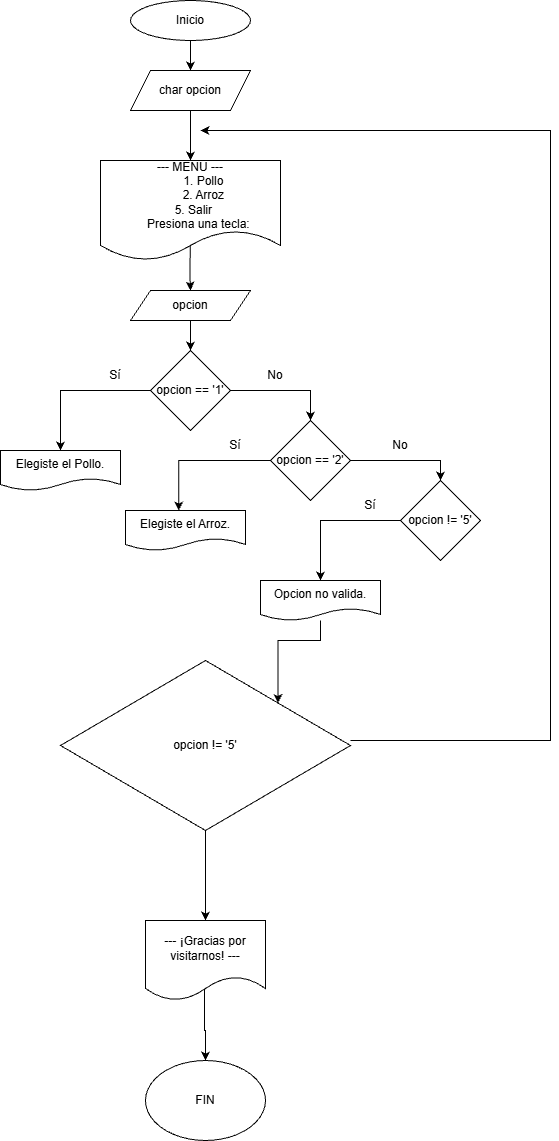
juanjo-guerra/FDP_Tarea keeps this draw.io diagram as Ejercicios_while/Flujogramas/Flujograma _Ejercicio4.drawio.png. Above is the earlier version. Source tidied: cells renumbered, new cells last; positions are measured from the earlier drawing's top-left corner, leaving out a move shared by most shapes.
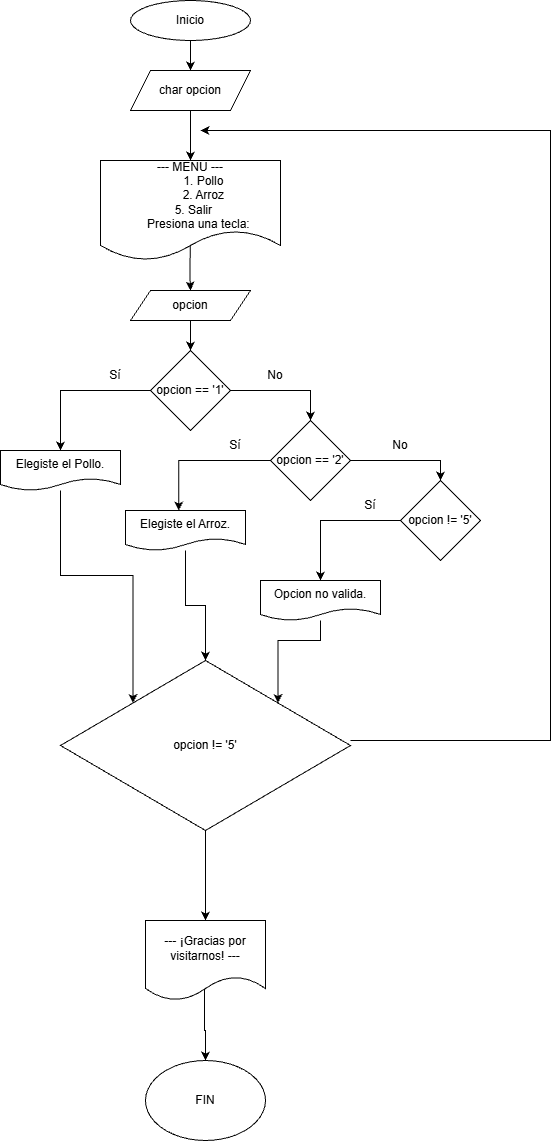
After the change.

What changed in the source:
```diff
@@ -59,9 +59,15 @@
     <mxCell id="20" value="--- ¡Gracias por visitarnos! ---" style="shape=document;whiteSpace=wrap;html=1;boundedLbl=1;" parent="1" vertex="1">
       <mxGeometry x="145" y="920" width="120" height="80" as="geometry" />
     </mxCell>
+    <mxCell id="33" style="edgeStyle=orthogonalEdgeStyle;rounded=0;jettySize=auto;html=1;entryX=0;entryY=0;entryDx=0;entryDy=0;" parent="1" edge="1" source="21" target="18">
+      <mxGeometry relative="1" as="geometry" />
+    </mxCell>
     <mxCell id="21" value="Elegiste el Pollo." style="shape=document;whiteSpace=wrap;html=1;boundedLbl=1;" parent="1" vertex="1">
       <mxGeometry y="450" width="120" height="40" as="geometry" />
     </mxCell>
+    <mxCell id="34" style="edgeStyle=orthogonalEdgeStyle;rounded=0;jettySize=auto;html=1;entryX=0.5;entryY=0;entryDx=0;entryDy=0;" parent="1" edge="1" source="22" target="18">
+      <mxGeometry relative="1" as="geometry" />
+    </mxCell>
     <mxCell id="22" value="Elegiste el Arroz." style="shape=document;whiteSpace=wrap;html=1;boundedLbl=1;" parent="1" vertex="1">
       <mxGeometry x="125" y="510" width="120" height="40" as="geometry" />
     </mxCell>
```
